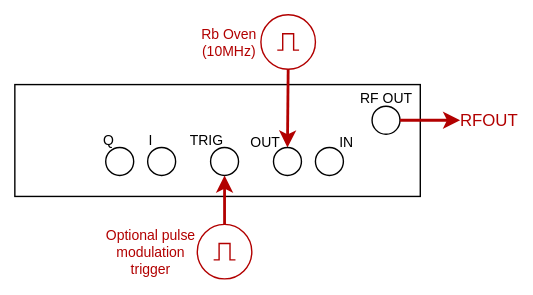
Above: docs/User/InstrumentSpecific/RohdeAndSchwarz_SGS100A.drawio.svg in sqdlab/SQDToolz (draw.io), before the change. Source tidied: cells renumbered, new cells last; positions are measured from the earlier drawing's top-left corner, leaving out a move shared by most shapes. The source it was exported from:
```xml
<mxGraphModel>
  <root>
    <mxCell id="0" />
    <mxCell id="1" parent="0" />
    <mxCell id="2" style="rounded=0;whiteSpace=wrap;html=1;strokeColor=none;" parent="1" vertex="1">
      <mxGeometry width="380" height="210" as="geometry" />
    </mxCell>
    <mxCell id="3" style="rounded=0;whiteSpace=wrap;html=1;" parent="1" vertex="1">
      <mxGeometry x="10" y="60" width="290" height="80" as="geometry" />
    </mxCell>
    <mxCell id="4" style="ellipse;whiteSpace=wrap;html=1;" parent="1" vertex="1">
      <mxGeometry x="75" y="105" width="20" height="20" as="geometry" />
    </mxCell>
    <mxCell id="5" style="ellipse;whiteSpace=wrap;html=1;" parent="1" vertex="1">
      <mxGeometry x="105" y="105" width="20" height="20" as="geometry" />
    </mxCell>
    <mxCell id="6" value="Q" style="text;html=1;strokeColor=none;fillColor=none;align=center;verticalAlign=middle;whiteSpace=wrap;rounded=0;fontSize=10;" parent="1" vertex="1">
      <mxGeometry x="70" y="96.2" width="15" height="7.5" as="geometry" />
    </mxCell>
    <mxCell id="7" value="I" style="text;html=1;strokeColor=none;fillColor=none;align=center;verticalAlign=middle;whiteSpace=wrap;rounded=0;fontSize=10;" parent="1" vertex="1">
      <mxGeometry x="100" y="96.2" width="15" height="7.5" as="geometry" />
    </mxCell>
    <mxCell id="8" value="Rb Oven (10MHz)" style="text;html=1;strokeColor=none;fillColor=none;align=center;verticalAlign=middle;whiteSpace=wrap;rounded=0;fontSize=10;fontColor=#B20000;" parent="1" vertex="1">
      <mxGeometry x="140" y="15" width="47" height="30" as="geometry" />
    </mxCell>
    <mxCell id="9" style="edgeStyle=none;html=1;fontSize=10;fillColor=#e51400;strokeColor=#B20000;strokeWidth=2;exitX=0.5;exitY=1;exitDx=0;exitDy=0;exitPerimeter=0;entryX=0.5;entryY=0;entryDx=0;entryDy=0;" parent="1" edge="1" source="10" target="13">
      <mxGeometry relative="1" as="geometry" />
    </mxCell>
    <mxCell id="10" style="verticalLabelPosition=bottom;shadow=0;dashed=0;align=center;html=1;verticalAlign=top;shape=mxgraph.electrical.signal_sources.source;points=[[0.5,0,0],[1,0.5,0],[0.5,1,0],[0,0.5,0]];elSignalType=pulse;fontSize=10;fillColor=none;strokeColor=#B20000;" parent="1" vertex="1">
      <mxGeometry x="186" y="10" width="39" height="39" as="geometry" />
    </mxCell>
    <mxCell id="11" style="ellipse;whiteSpace=wrap;html=1;" parent="1" vertex="1">
      <mxGeometry x="150" y="105" width="20" height="20" as="geometry" />
    </mxCell>
    <mxCell id="12" value="TRIG" style="text;html=1;strokeColor=none;fillColor=none;align=center;verticalAlign=middle;whiteSpace=wrap;rounded=0;fontSize=10;" parent="1" vertex="1">
      <mxGeometry x="140" y="96.2" width="15" height="7.5" as="geometry" />
    </mxCell>
    <mxCell id="13" style="ellipse;whiteSpace=wrap;html=1;" parent="1" vertex="1">
      <mxGeometry x="195" y="105" width="20" height="20" as="geometry" />
    </mxCell>
    <mxCell id="14" value="OUT" style="text;html=1;strokeColor=none;fillColor=none;align=center;verticalAlign=middle;whiteSpace=wrap;rounded=0;fontSize=10;" parent="1" vertex="1">
      <mxGeometry x="181.8" y="97.5" width="15" height="7.5" as="geometry" />
    </mxCell>
    <mxCell id="15" style="ellipse;whiteSpace=wrap;html=1;" parent="1" vertex="1">
      <mxGeometry x="225" y="105" width="20" height="20" as="geometry" />
    </mxCell>
    <mxCell id="16" value="IN" style="text;html=1;strokeColor=none;fillColor=none;align=center;verticalAlign=middle;whiteSpace=wrap;rounded=0;fontSize=10;" parent="1" vertex="1">
      <mxGeometry x="240" y="97.5" width="15" height="7.5" as="geometry" />
    </mxCell>
    <mxCell id="17" style="ellipse;whiteSpace=wrap;html=1;" parent="1" vertex="1">
      <mxGeometry x="265.5" y="75.5" width="20" height="20" as="geometry" />
    </mxCell>
    <mxCell id="18" value="RF OUT" style="text;html=1;strokeColor=none;fillColor=none;align=center;verticalAlign=middle;whiteSpace=wrap;rounded=0;fontSize=10;" parent="1" vertex="1">
      <mxGeometry x="249.5" y="66" width="52" height="7.5" as="geometry" />
    </mxCell>
    <mxCell id="19" style="verticalLabelPosition=bottom;shadow=0;dashed=0;align=center;html=1;verticalAlign=top;shape=mxgraph.electrical.signal_sources.source;points=[[0.5,0,0],[1,0.5,0],[0.5,1,0],[0,0.5,0]];elSignalType=pulse;fontSize=10;fillColor=none;strokeColor=#B20000;" parent="1" vertex="1">
      <mxGeometry x="140.5" y="160" width="39" height="39" as="geometry" />
    </mxCell>
    <mxCell id="20" style="edgeStyle=none;html=1;fontSize=10;fillColor=#e51400;strokeColor=#B20000;strokeWidth=2;exitX=0.5;exitY=0;exitDx=0;exitDy=0;exitPerimeter=0;entryX=0.5;entryY=1;entryDx=0;entryDy=0;" parent="1" edge="1" source="19" target="11">
      <mxGeometry relative="1" as="geometry" />
    </mxCell>
    <mxCell id="21" value="Optional pulse modulation trigger" style="text;html=1;strokeColor=none;fillColor=none;align=center;verticalAlign=middle;whiteSpace=wrap;rounded=0;fontSize=10;fontColor=#B20000;" parent="1" vertex="1">
      <mxGeometry x="73.2" y="164.5" width="68.5" height="30" as="geometry" />
    </mxCell>
    <mxCell id="22" value="RFOUT" style="text;html=1;strokeColor=none;fillColor=none;align=center;verticalAlign=middle;whiteSpace=wrap;rounded=0;fontColor=#B20000;" parent="1" vertex="1">
      <mxGeometry x="328.5" y="70.5" width="40.5" height="30" as="geometry" />
    </mxCell>
    <mxCell id="23" style="edgeStyle=none;html=1;fontSize=10;fillColor=#e51400;strokeColor=#B20000;strokeWidth=2;entryX=0;entryY=0.5;entryDx=0;entryDy=0;exitX=1;exitY=0.5;exitDx=0;exitDy=0;" parent="1" edge="1" source="17" target="22">
      <mxGeometry relative="1" as="geometry" />
    </mxCell>
  </root>
</mxGraphModel>
```
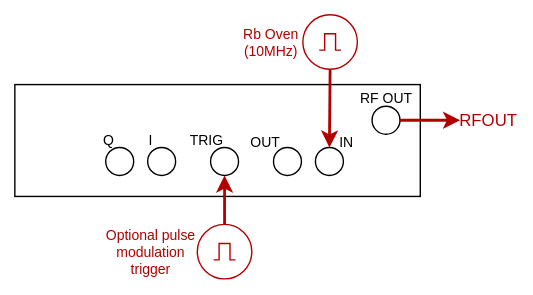
After the change.

The edit, as a diff of the source:
```diff
@@ -21,13 +21,13 @@
       <mxGeometry x="100" y="96.2" width="15" height="7.5" as="geometry" />
     </mxCell>
     <mxCell id="8" value="Rb Oven (10MHz)" style="text;html=1;strokeColor=none;fillColor=none;align=center;verticalAlign=middle;whiteSpace=wrap;rounded=0;fontSize=10;fontColor=#B20000;" parent="1" vertex="1">
-      <mxGeometry x="140" y="15" width="47" height="30" as="geometry" />
+      <mxGeometry x="170" y="15" width="47" height="30" as="geometry" />
     </mxCell>
-    <mxCell id="9" style="edgeStyle=none;html=1;fontSize=10;fillColor=#e51400;strokeColor=#B20000;strokeWidth=2;exitX=0.5;exitY=1;exitDx=0;exitDy=0;exitPerimeter=0;entryX=0.5;entryY=0;entryDx=0;entryDy=0;" parent="1" edge="1" source="10" target="13">
+    <mxCell id="9" style="edgeStyle=none;html=1;fontSize=10;fillColor=#e51400;strokeColor=#B20000;strokeWidth=2;exitX=0.5;exitY=1;exitDx=0;exitDy=0;exitPerimeter=0;entryX=0.5;entryY=0;entryDx=0;entryDy=0;" parent="1" edge="1" source="10" target="15">
       <mxGeometry relative="1" as="geometry" />
     </mxCell>
     <mxCell id="10" style="verticalLabelPosition=bottom;shadow=0;dashed=0;align=center;html=1;verticalAlign=top;shape=mxgraph.electrical.signal_sources.source;points=[[0.5,0,0],[1,0.5,0],[0.5,1,0],[0,0.5,0]];elSignalType=pulse;fontSize=10;fillColor=none;strokeColor=#B20000;" parent="1" vertex="1">
-      <mxGeometry x="186" y="10" width="39" height="39" as="geometry" />
+      <mxGeometry x="216" y="10" width="39" height="39" as="geometry" />
     </mxCell>
     <mxCell id="11" style="ellipse;whiteSpace=wrap;html=1;" parent="1" vertex="1">
       <mxGeometry x="150" y="105" width="20" height="20" as="geometry" />
```
